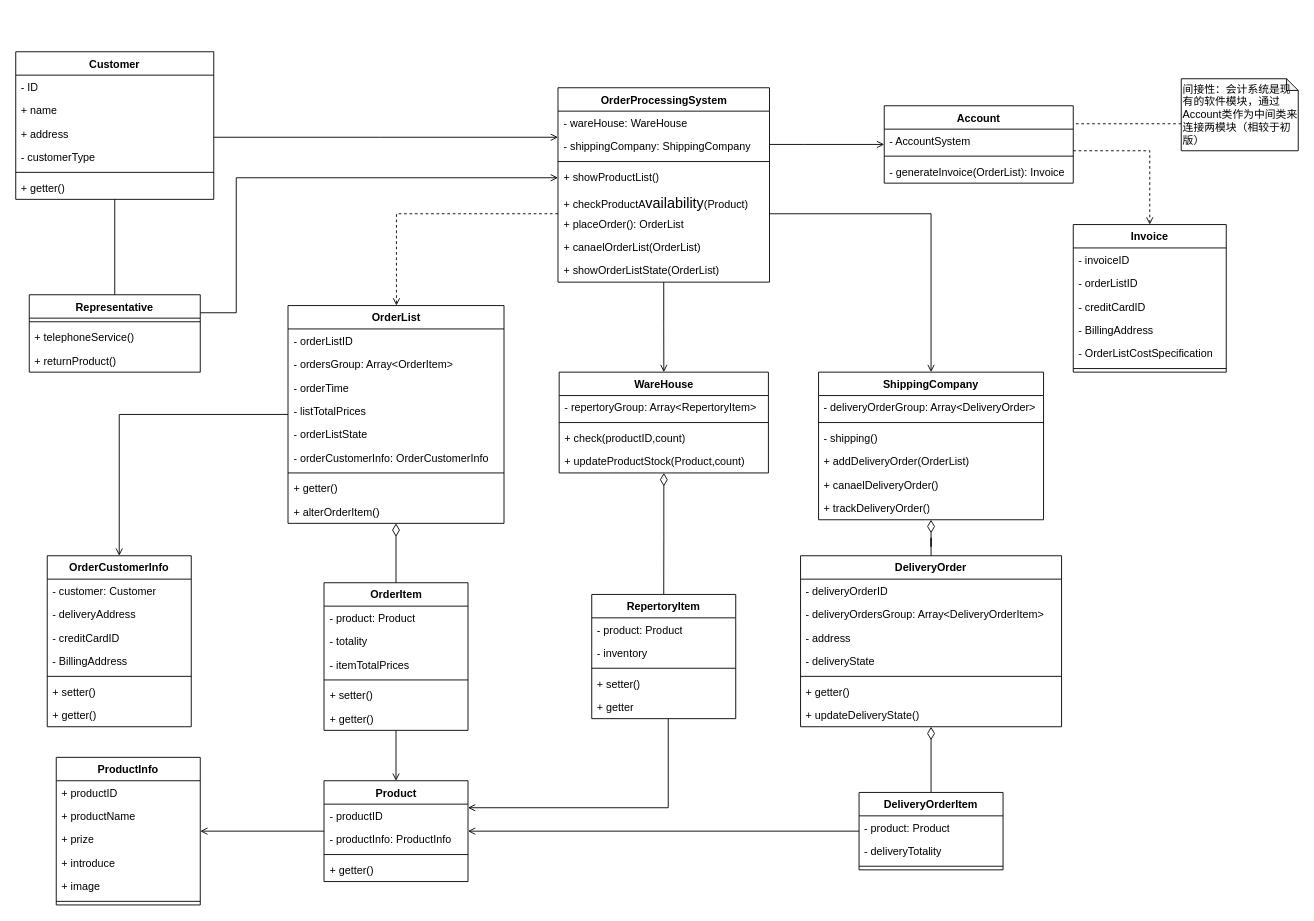
Earlier version of the draw.io diagram orders_Class_improved_again.drawio (yayaer123/drawio_demo). Source tidied: cells renumbered, new cells numbered last; positions are measured from the earlier drawing's top-left corner, leaving out a move shared by most shapes. Both pictures are drawn from the tidied source at 90%, with x=0, y=0 at pixel (15, 51).
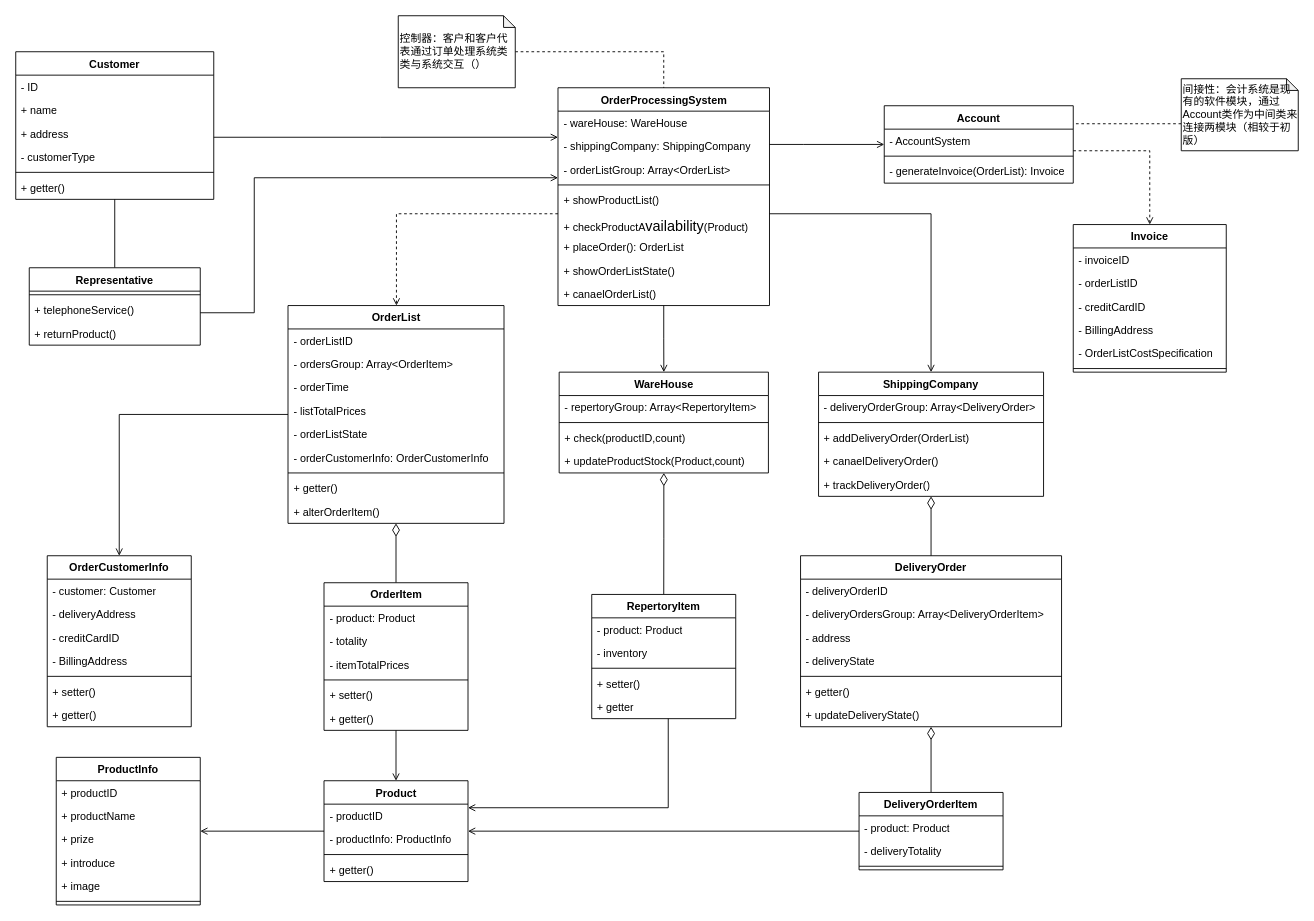
The same page after the edit.

What changed in the source:
```diff
@@
     <mxCell id="11" style="edgeStyle=orthogonalEdgeStyle;rounded=0;jettySize=auto;html=1;endArrow=open;endFill=0;" parent="1" edge="1" source="12" target="103">
       <mxGeometry relative="1" as="geometry">
         <Array as="points">
-          <mxPoint x="245" y="290" />
-          <mxPoint x="245" y="140" />
+          <mxPoint x="265" y="290" />
+          <mxPoint x="265" y="140" />
         </Array>
       </mxGeometry>
     </mxCell>
     <mxCell id="12" value="Representative" style="swimlane;fontStyle=1;align=center;verticalAlign=top;horizontal=1;startSize=26;whiteSpace=wrap;html=1;" parent="1" vertex="1">
-      <mxGeometry x="15" y="270" width="190" height="86" as="geometry" />
+      <mxGeometry x="15" y="240" width="190" height="86" as="geometry" />
     </mxCell>
@@
     <mxCell id="92" value="ShippingCompany" style="swimlane;fontStyle=1;align=center;verticalAlign=top;horizontal=1;startSize=26;whiteSpace=wrap;html=1;" parent="1" vertex="1">
-      <mxGeometry x="892" y="356" width="250" height="164" as="geometry" />
+      <mxGeometry x="892" y="356" width="250" height="138" as="geometry" />
     </mxCell>
@@
-    <mxCell id="95" value="- shipping()" style="text;strokeColor=none;fillColor=none;align=left;verticalAlign=top;spacingLeft=4;spacingRight=4;overflow=hidden;whiteSpace=wrap;html=1;" parent="92" vertex="1">
-      <mxGeometry y="60" width="250" height="26" as="geometry" />
-    </mxCell>
     <mxCell id="96" value="+ addDeliveryOrder(OrderList)" style="text;strokeColor=none;fillColor=none;align=left;verticalAlign=top;spacingLeft=4;spacingRight=4;overflow=hidden;whiteSpace=wrap;html=1;" parent="92" vertex="1">
-      <mxGeometry y="86" width="250" height="26" as="geometry" />
+      <mxGeometry y="60" width="250" height="26" as="geometry" />
     </mxCell>
     <mxCell id="97" value="+ canaelDeliveryOrder()" style="text;strokeColor=none;fillColor=none;align=left;verticalAlign=top;spacingLeft=4;spacingRight=4;overflow=hidden;whiteSpace=wrap;html=1;" parent="92" vertex="1">
-      <mxGeometry y="112" width="250" height="26" as="geometry" />
+      <mxGeometry y="86" width="250" height="26" as="geometry" />
     </mxCell>
     <mxCell id="98" value="+ trackDeliveryOrder()" style="text;strokeColor=none;fillColor=none;align=left;verticalAlign=top;spacingLeft=4;spacingRight=4;overflow=hidden;whiteSpace=wrap;html=1;" parent="92" vertex="1">
-      <mxGeometry y="138" width="250" height="26" as="geometry" />
+      <mxGeometry y="112" width="250" height="26" as="geometry" />
     </mxCell>
@@
     <mxCell id="103" value="OrderProcessingSystem" style="swimlane;fontStyle=1;align=center;verticalAlign=top;horizontal=1;startSize=26;whiteSpace=wrap;html=1;" parent="1" vertex="1">
-      <mxGeometry x="602.5" y="40" width="235" height="216" as="geometry" />
+      <mxGeometry x="602.5" y="40" width="235" height="242" as="geometry" />
     </mxCell>
@@
+    <mxCell id="119" value="- orderListGroup: Array&amp;lt;OrderList&amp;gt;" style="text;strokeColor=none;fillColor=none;align=left;verticalAlign=top;spacingLeft=4;spacingRight=4;overflow=hidden;whiteSpace=wrap;html=1;" parent="103" vertex="1">
+      <mxGeometry y="78" width="235" height="26" as="geometry" />
+    </mxCell>
     <mxCell id="106" style="line;strokeWidth=1;fillColor=none;align=left;verticalAlign=middle;spacingTop=-1;spacingLeft=3;spacingRight=3;labelPosition=right;strokeColor=inherit;" parent="103" vertex="1">
-      <mxGeometry y="78" width="235" height="8" as="geometry" />
+      <mxGeometry y="104" width="235" height="8" as="geometry" />
     </mxCell>
     <mxCell id="107" value="+ showProductList()" style="text;strokeColor=none;fillColor=none;align=left;verticalAlign=top;spacingLeft=4;spacingRight=4;overflow=hidden;whiteSpace=wrap;html=1;" parent="103" vertex="1">
-      <mxGeometry y="86" width="235" height="26" as="geometry" />
+      <mxGeometry y="112" width="235" height="26" as="geometry" />
     </mxCell>
-    <mxCell id="108" value="+ checkProductA&lt;span style=&quot;font-family: Calibri; font-size: 12pt; background-color: initial;&quot;&gt;vailability&lt;/span&gt;&lt;span style=&quot;background-color: initial;&quot;&gt;(Product)&lt;/span&gt;" style="text;strokeColor=none;fillColor=none;align=left;verticalAlign=top;spacingLeft=4;spacingRight=4;overflow=hidden;whiteSpace=wrap;html=1;" parent="103" vertex="1">
-      <mxGeometry y="112" width="235" height="26" as="geometry" />
+    <mxCell id="108" value="+ checkProductA&lt;span style=&quot;background-color: initial; font-family: Calibri; font-size: 12pt;&quot;&gt;vailability&lt;/span&gt;&lt;span style=&quot;background-color: initial;&quot;&gt;(Product)&lt;/span&gt;" style="text;strokeColor=none;fillColor=none;align=left;verticalAlign=top;spacingLeft=4;spacingRight=4;overflow=hidden;whiteSpace=wrap;html=1;" parent="103" vertex="1">
+      <mxGeometry y="138" width="235" height="26" as="geometry" />
     </mxCell>
     <mxCell id="109" value="+ placeOrder(): OrderList" style="text;strokeColor=none;fillColor=none;align=left;verticalAlign=top;spacingLeft=4;spacingRight=4;overflow=hidden;whiteSpace=wrap;html=1;" parent="103" vertex="1">
-      <mxGeometry y="138" width="235" height="26" as="geometry" />
+      <mxGeometry y="164" width="235" height="26" as="geometry" />
     </mxCell>
+    <mxCell id="111" value="+ showOrderListState()" style="text;strokeColor=none;fillColor=none;align=left;verticalAlign=top;spacingLeft=4;spacingRight=4;overflow=hidden;whiteSpace=wrap;html=1;" parent="103" vertex="1">
+      <mxGeometry y="190" width="235" height="26" as="geometry" />
+    </mxCell>
-    <mxCell id="110" value="+ canaelOrderList(OrderList)" style="text;strokeColor=none;fillColor=none;align=left;verticalAlign=top;spacingLeft=4;spacingRight=4;overflow=hidden;whiteSpace=wrap;html=1;" parent="103" vertex="1">
-      <mxGeometry y="164" width="235" height="26" as="geometry" />
+    <mxCell id="110" value="+ canaelOrderList()" style="text;strokeColor=none;fillColor=none;align=left;verticalAlign=top;spacingLeft=4;spacingRight=4;overflow=hidden;whiteSpace=wrap;html=1;" parent="103" vertex="1">
+      <mxGeometry y="216" width="235" height="26" as="geometry" />
     </mxCell>
-    <mxCell id="111" value="+ showOrderListState(OrderList)" style="text;strokeColor=none;fillColor=none;align=left;verticalAlign=top;spacingLeft=4;spacingRight=4;overflow=hidden;whiteSpace=wrap;html=1;" parent="103" vertex="1">
-      <mxGeometry y="190" width="235" height="26" as="geometry" />
-    </mxCell>
@@
+    <mxCell id="120" style="edgeStyle=orthogonalEdgeStyle;rounded=0;jettySize=auto;html=1;dashed=1;endArrow=none;endFill=0;" parent="1" edge="1" source="121" target="103">
+      <mxGeometry relative="1" as="geometry">
+        <Array as="points">
+          <mxPoint x="720" />
+        </Array>
+      </mxGeometry>
+    </mxCell>
+    <mxCell id="121" value="控制器：客户和客户代表通过订单处理系统类类与系统交互（）" style="shape=note;whiteSpace=wrap;html=1;backgroundOutline=1;darkOpacity=0.05;size=13;align=left;" parent="1" vertex="1">
+      <mxGeometry x="425" y="-40" width="130" height="80" as="geometry" />
+    </mxCell>
```
